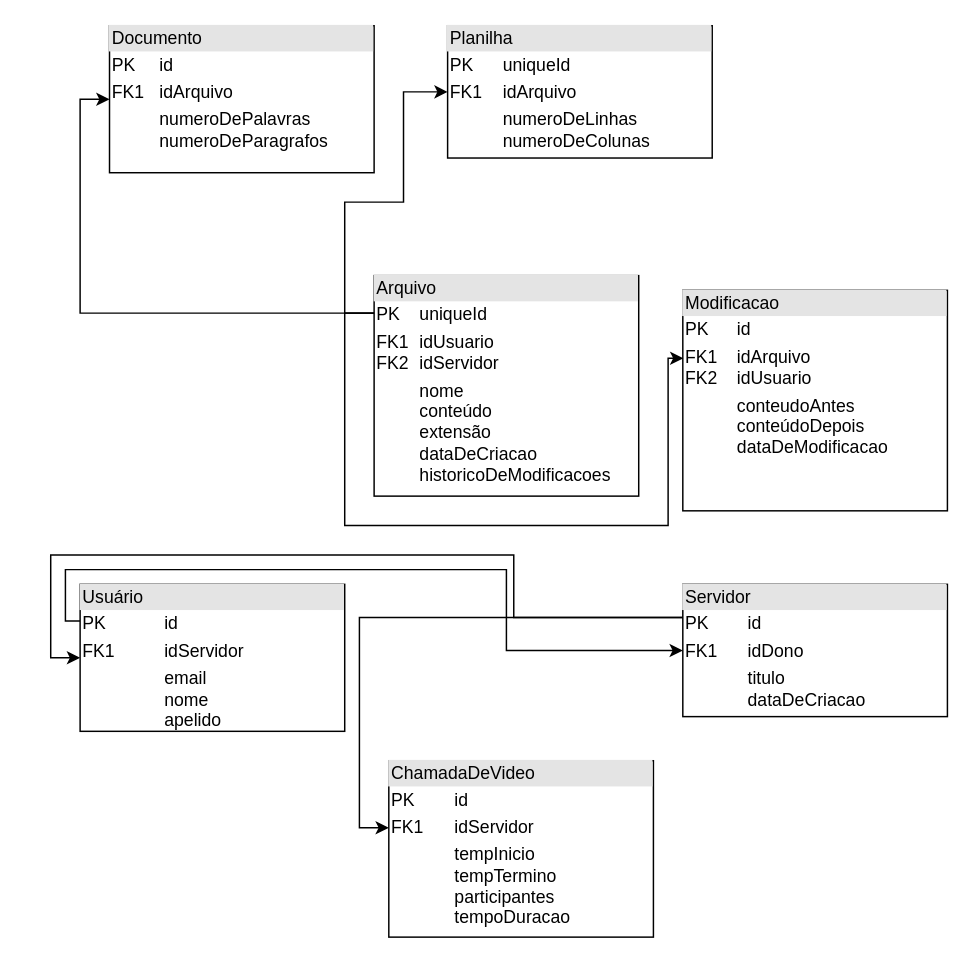
This is Modelo Relacional - APS.drawio from Konitch/Diagram, a draw.io file, before an edit. Source tidied: cells renumbered, new cells numbered last; positions are measured from the earlier drawing's top-left corner, leaving out a move shared by most shapes. Both pictures are drawn from the tidied source at 147%, with x=0, y=0 at pixel (65, 25).
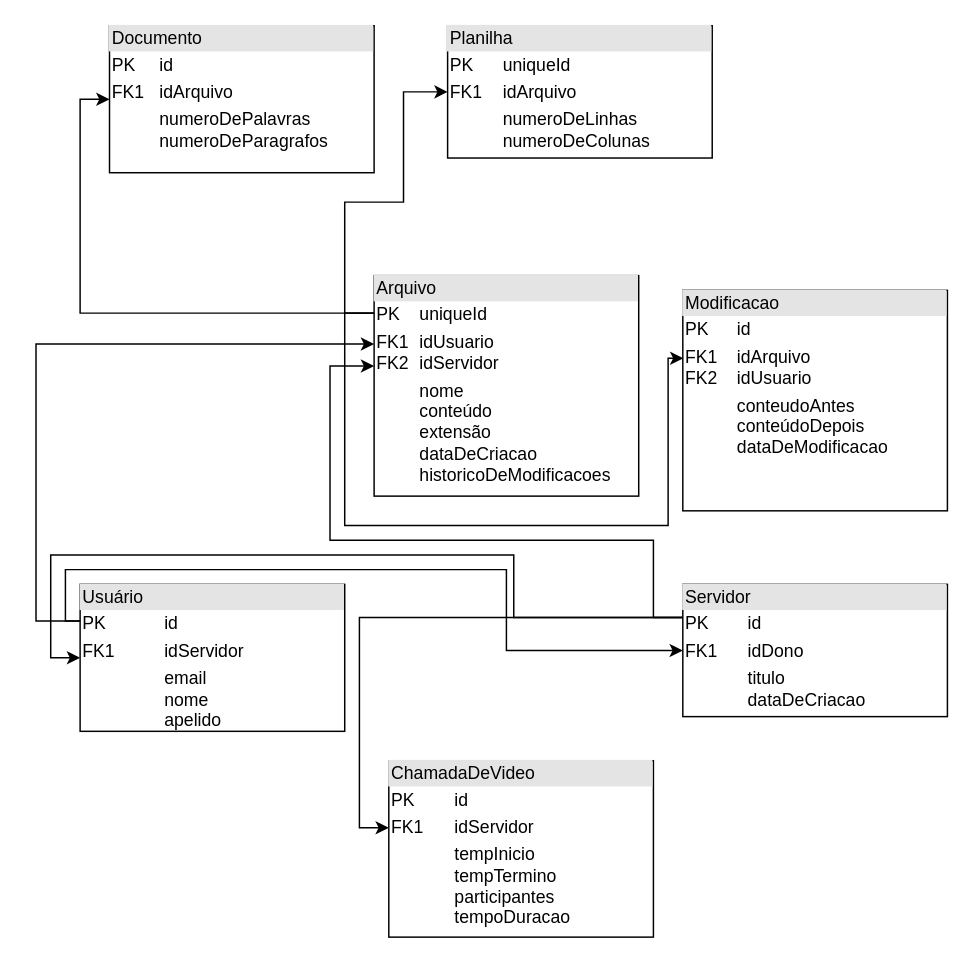
After the change.

Unchanged cells that the change refers to:
```xml
<mxCell id="6" value="&lt;div style=&quot;box-sizing:border-box;width:100%;background:#e4e4e4;padding:2px;&quot;&gt;Arquivo&lt;/div&gt;&lt;table style=&quot;width:100%;font-size:1em;&quot; cellpadding=&quot;2&quot; cellspacing=&quot;0&quot;&gt;&lt;tbody&gt;&lt;tr&gt;&lt;td&gt;PK&lt;/td&gt;&lt;td&gt;uniqueId&lt;/td&gt;&lt;/tr&gt;&lt;tr&gt;&lt;td&gt;FK1&lt;br&gt;FK2&lt;/td&gt;&lt;td&gt;idUsuario&lt;br&gt;idServidor&lt;/td&gt;&lt;/tr&gt;&lt;tr&gt;&lt;td&gt;&lt;/td&gt;&lt;td&gt;nome&lt;br&gt;conteúdo&lt;br&gt;extensão&lt;br&gt;dataDeCriacao&lt;br&gt;historicoDeModificacoes&lt;/td&gt;&lt;/tr&gt;&lt;/tbody&gt;&lt;/table&gt;" style="verticalAlign=top;align=left;overflow=fill;html=1;whiteSpace=wrap;points=[[0,0,0,0,0],[0,0.17,0,0,0],[0,0.31,0,0,0],[0,0.41,0,0,0],[0,0.71,0,0,0],[0,1,0,0,0],[0.25,0,0,0,0],[0.25,1,0,0,0],[0.5,0,0,0,0],[0.5,1,0,0,0],[0.75,0,0,0,0],[0.75,1,0,0,0],[1,0,0,0,0],[1,0.25,0,0,0],[1,0.5,0,0,0],[1,0.75,0,0,0],[1,1,0,0,0]];" parent="1" vertex="1">
  <mxGeometry x="210" y="170" width="180" height="150" as="geometry" />
</mxCell>
<mxCell id="8" value="&lt;div style=&quot;box-sizing:border-box;width:100%;background:#e4e4e4;padding:2px;&quot;&gt;Usuário&lt;/div&gt;&lt;table style=&quot;width:100%;font-size:1em;&quot; cellpadding=&quot;2&quot; cellspacing=&quot;0&quot;&gt;&lt;tbody&gt;&lt;tr&gt;&lt;td&gt;PK&lt;/td&gt;&lt;td&gt;id&lt;/td&gt;&lt;/tr&gt;&lt;tr&gt;&lt;td&gt;FK1&lt;/td&gt;&lt;td&gt;idServidor&lt;/td&gt;&lt;/tr&gt;&lt;tr&gt;&lt;td&gt;&lt;/td&gt;&lt;td&gt;email&lt;br&gt;nome&lt;br&gt;apelido&lt;/td&gt;&lt;/tr&gt;&lt;/tbody&gt;&lt;/table&gt;" style="verticalAlign=top;align=left;overflow=fill;html=1;whiteSpace=wrap;" parent="1" vertex="1">
  <mxGeometry x="10" y="380" width="180" height="100" as="geometry" />
</mxCell>
<mxCell id="11" value="&lt;div style=&quot;box-sizing:border-box;width:100%;background:#e4e4e4;padding:2px;&quot;&gt;Servidor&lt;/div&gt;&lt;table style=&quot;width:100%;font-size:1em;&quot; cellpadding=&quot;2&quot; cellspacing=&quot;0&quot;&gt;&lt;tbody&gt;&lt;tr&gt;&lt;td&gt;PK&lt;/td&gt;&lt;td&gt;id&lt;/td&gt;&lt;/tr&gt;&lt;tr&gt;&lt;td&gt;FK1&lt;/td&gt;&lt;td&gt;idDono&lt;/td&gt;&lt;/tr&gt;&lt;tr&gt;&lt;td&gt;&lt;/td&gt;&lt;td&gt;titulo&lt;br&gt;dataDeCriacao&lt;/td&gt;&lt;/tr&gt;&lt;/tbody&gt;&lt;/table&gt;" style="verticalAlign=top;align=left;overflow=fill;html=1;whiteSpace=wrap;" parent="1" vertex="1">
  <mxGeometry x="420" y="380" width="180" height="90" as="geometry" />
</mxCell>
```

Change to the diagram source:
```diff
@@
+    <mxCell id="15" style="edgeStyle=orthogonalEdgeStyle;rounded=0;jettySize=auto;html=1;exitX=0;exitY=0.25;exitDx=0;exitDy=0;entryX=0;entryY=0.31;entryDx=0;entryDy=0;entryPerimeter=0;" parent="1" edge="1" source="8" target="6">
+      <mxGeometry relative="1" as="geometry">
+        <Array as="points">
+          <mxPoint x="-20" y="405" />
+          <mxPoint x="-20" y="217" />
+        </Array>
+      </mxGeometry>
+    </mxCell>
+    <mxCell id="16" style="edgeStyle=orthogonalEdgeStyle;rounded=0;jettySize=auto;html=1;exitX=0;exitY=0.25;exitDx=0;exitDy=0;entryX=0;entryY=0.41;entryDx=0;entryDy=0;entryPerimeter=0;" parent="1" edge="1" source="11" target="6">
+      <mxGeometry relative="1" as="geometry">
+        <Array as="points">
+          <mxPoint x="400" y="403" />
+          <mxPoint x="400" y="350" />
+          <mxPoint x="180" y="350" />
+          <mxPoint x="180" y="232" />
+        </Array>
+      </mxGeometry>
+    </mxCell>
```
